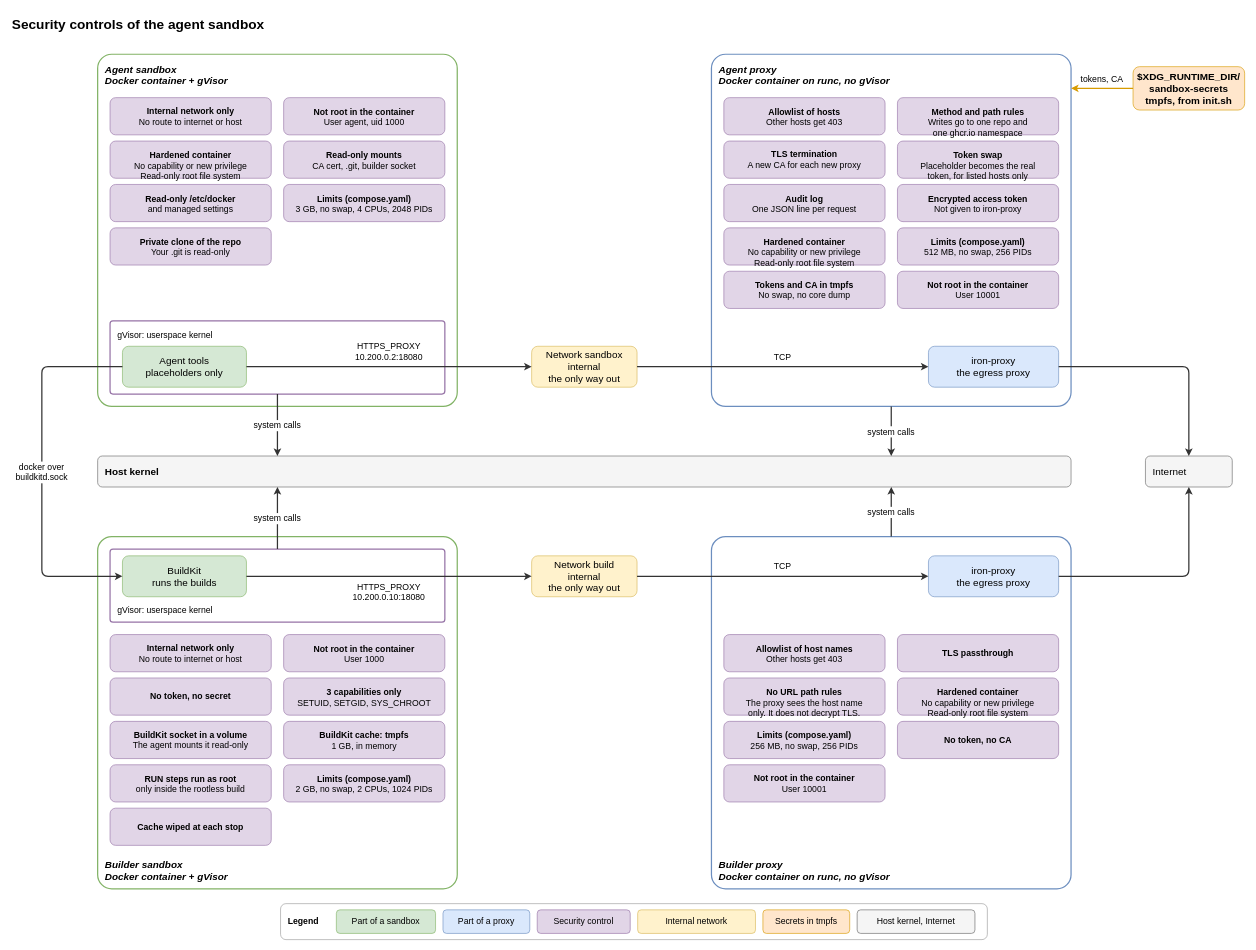
Above: .devcontainer/docs/diagrams/security-controls.drawio in raghav19/engineersdaybook (draw.io), before the change. Source tidied: cells renumbered, new cells numbered last; positions are measured from the earlier drawing's top-left corner, leaving out a move shared by most shapes. Both pictures are drawn from the tidied source at 62%, with x=0, y=0 at pixel (11, 11).
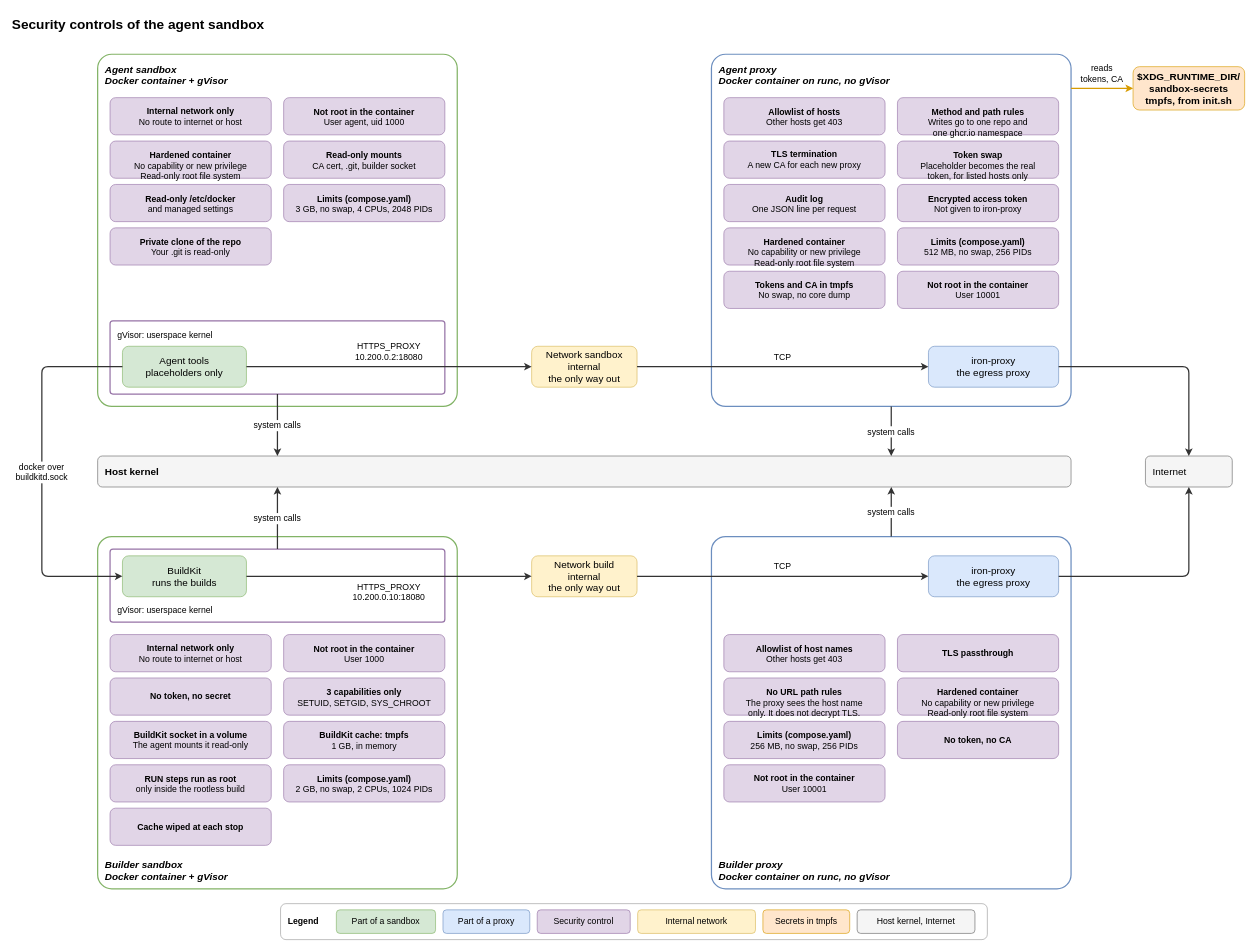
Above is the later version.

The change refers to these unchanged cells:
```xml
<mxCell id="3" value="Agent proxy&#10;Docker container on runc, no gVisor" style="rounded=1;arcSize=4;whiteSpace=wrap;html=0;fontSize=16;fillColor=#ffffff;strokeColor=#6c8ebf;strokeWidth=2;align=left;spacingLeft=10;fontStyle=3;verticalAlign=top;spacingTop=8;" parent="1" vertex="1">
  <mxGeometry x="1130" y="70" width="580" height="568" as="geometry" />
</mxCell>
<mxCell id="49" value="$XDG_RUNTIME_DIR/&#10;sandbox-secrets&#10;tmpfs, from init.sh" style="rounded=1;whiteSpace=wrap;html=0;fontSize=16;fillColor=#ffe6cc;strokeColor=#d79b00;fontStyle=1;" parent="1" vertex="1">
  <mxGeometry x="1810" y="90" width="180" height="70" as="geometry" />
</mxCell>
```

What changed in the source:
```diff
@@
-    <mxCell id="61" value="tokens, CA" style="edgeStyle=orthogonalEdgeStyle;rounded=1;curved=0;html=0;labelBackgroundColor=none;defaultLabelBackgroundColor=gap;fontSize=14;strokeWidth=2;strokeColor=#d79b00;exitX=0;exitY=0.5;exitDx=0;exitDy=0;entryX=1;entryY=0.0968;entryDx=0;entryDy=0;" parent="1" edge="1" source="49" target="3">
+    <mxCell id="61" value="reads&#10;tokens, CA" style="edgeStyle=orthogonalEdgeStyle;rounded=1;curved=0;html=0;labelBackgroundColor=none;defaultLabelBackgroundColor=gap;fontSize=14;strokeWidth=2;strokeColor=#d79b00;entryX=0;entryY=0.5;exitDx=0;exitDy=0;exitX=1;exitY=0.0968;entryDx=0;entryDy=0;" parent="1" edge="1" source="3" target="49">
       <mxGeometry relative="1" as="geometry">
-        <mxPoint y="-16.5" as="offset" />
+        <mxPoint y="-25" as="offset" />
       </mxGeometry>
     </mxCell>
```
